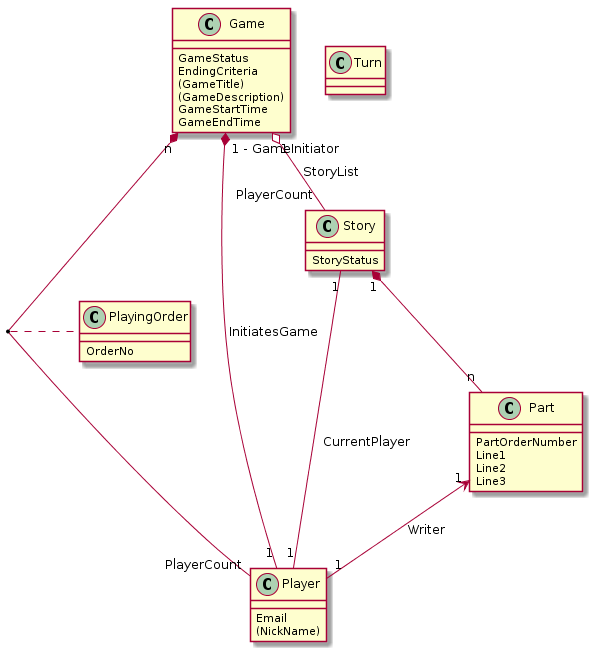
teemukin65/tarinapeli_s keeps this PlantUML diagram as doc/tarinapeli_concepts.png. Above is the earlier version. The source it was exported from:
```plantuml
@startuml


class Game {

__
GameStatus

EndingCriteria
(GameTitle)
(GameDescription)
GameStartTime
GameEndTime
 }

Game "n" *-- "PlayerCount" Player
(Game, Player) .. PlayingOrder


class PlayingOrder {
__
OrderNo
}

Game "1 - GameInitiator" *-- "1" Player: InitiatesGame

Game "1" o-- "PlayerCount" Story: StoryList

class Player {
__
Email
(NickName)
}


class Story {
___
StoryStatus

}

Story "1"--"1" Player: CurrentPlayer


Story "1" *-- "n" Part
class Part {

__
PartOrderNumber
Line1
Line2
Line3

}

Part "1" <-- "1" Player : Writer

class Turn {

}



@enduml
```
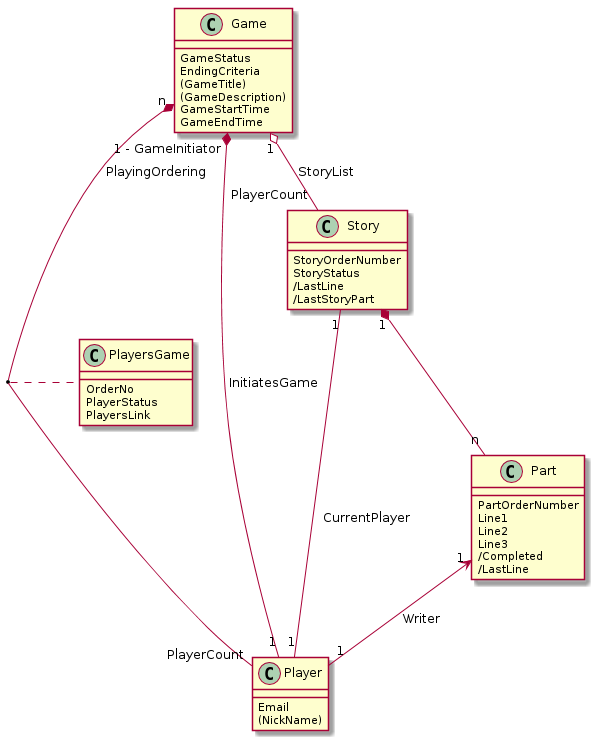
After the change.

Change to the diagram source:
```diff
@@ -13,13 +13,15 @@
 GameEndTime
  }
 
-Game "n" *-- "PlayerCount" Player
-(Game, Player) .. PlayingOrder
+Game "n" *-- "PlayerCount" Player : PlayingOrdering
+(Game, Player) .. PlayersGame
 
 
-class PlayingOrder {
+class PlayersGame {
 __
 OrderNo
+PlayerStatus
+PlayersLink
 }
 
 Game "1 - GameInitiator" *-- "1" Player: InitiatesGame
@@ -35,7 +37,10 @@
 
 class Story {
 ___
+StoryOrderNumber
 StoryStatus
+/LastLine
+/LastStoryPart
 
 }
 
@@ -50,15 +55,10 @@
 Line1
 Line2
 Line3
+/Completed
+/LastLine
 
 }
 
 Part "1" <-- "1" Player : Writer
-
-class Turn {
-
-}
-
-
-
 @enduml
```
